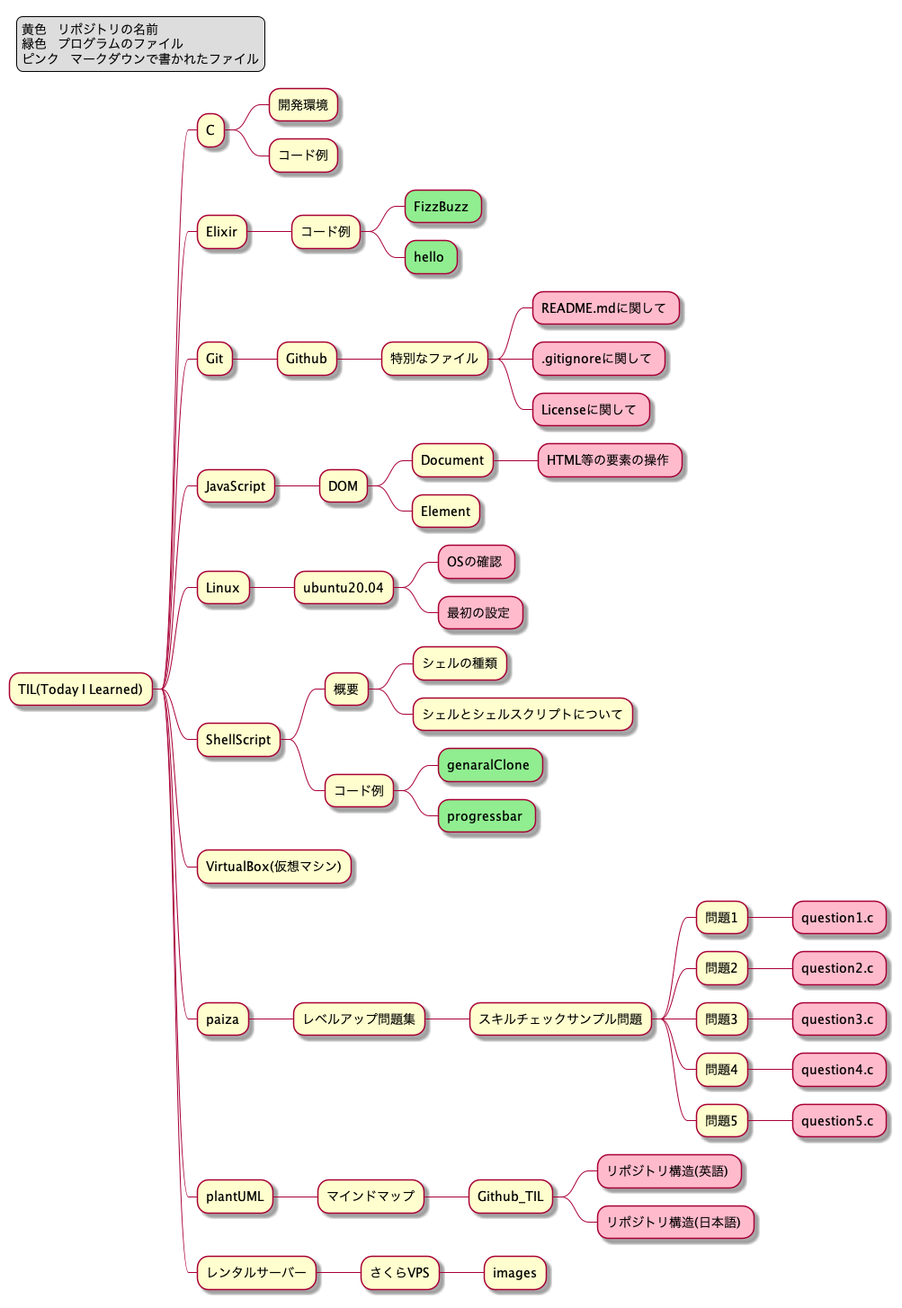
This is RepositoryStructureJ.png from sudo-roa/TIL, a PlantUML export, as it was before one commit.
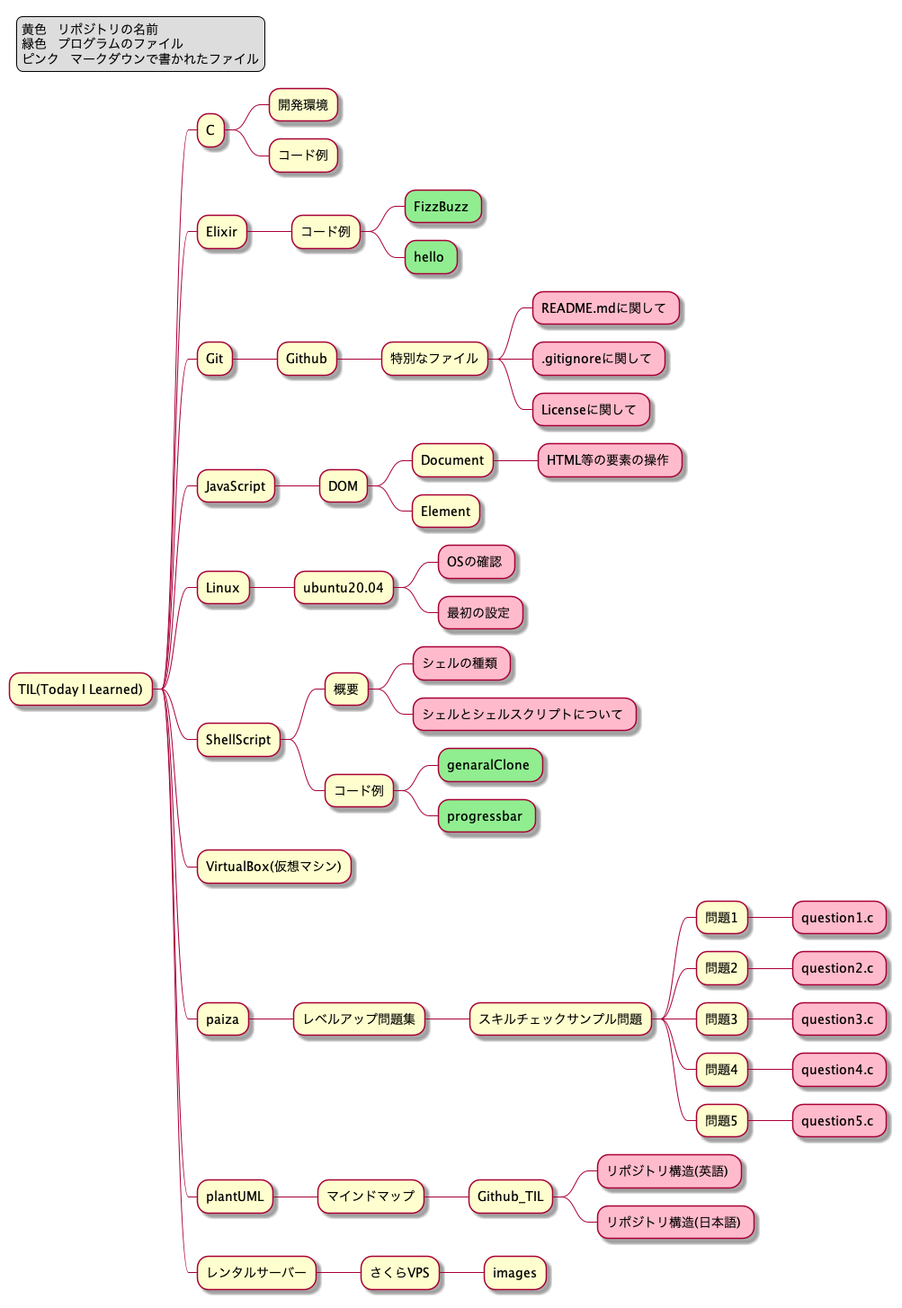
Later version of the same file.

Commit message:
update repository structure

Change to the diagram source:
```diff
@@ -42,8 +42,8 @@
 
 ** ShellScript
 *** 概要
-**** シェルの種類
-**** シェルとシェルスクリプトについて
+**** シェルの種類 <<rose>>
+**** シェルとシェルスクリプトについて <<rose>>
 *** コード例
 **** genaralClone <<green>>
 **** progressbar <<green>>
```
